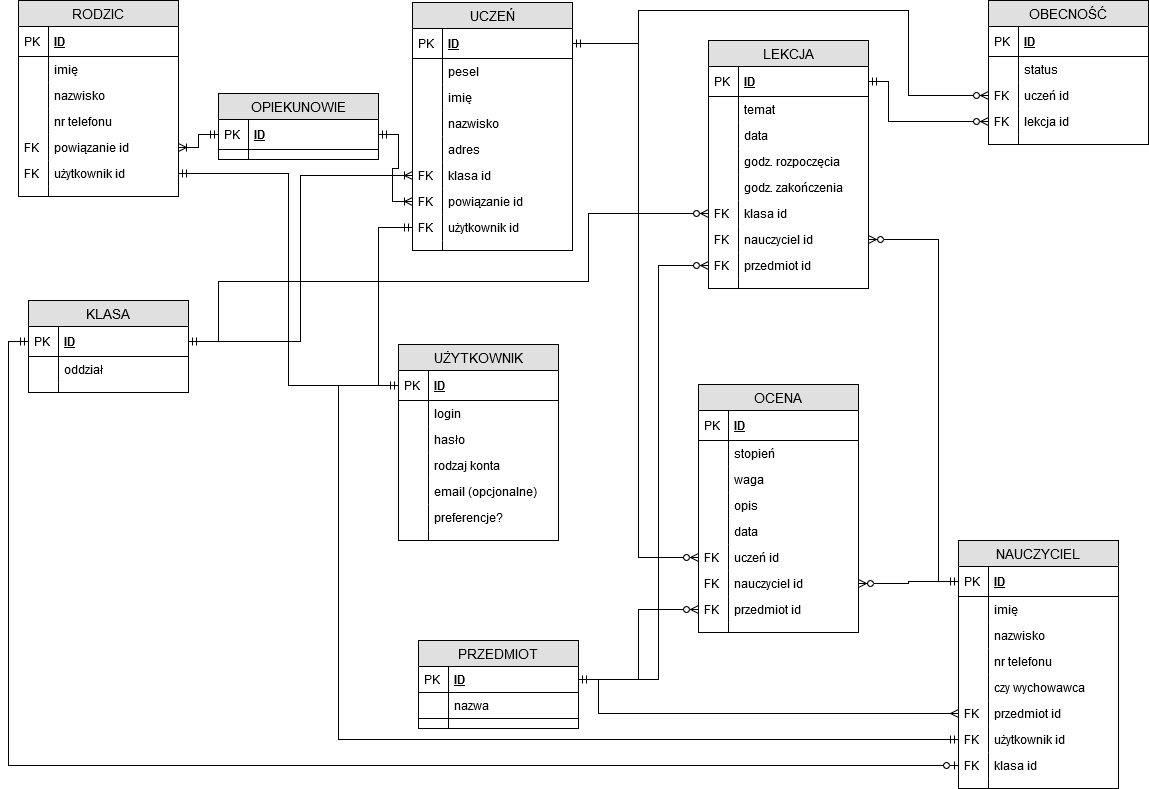
Earlier version of the draw.io export Modele/modele-Moidel Logiczny.png (maciekpajak/BAZY_DANYCH_PROJEKT). Source tidied: cells renumbered, new cells last; positions are measured from the earlier drawing's top-left corner, leaving out a move shared by most shapes.
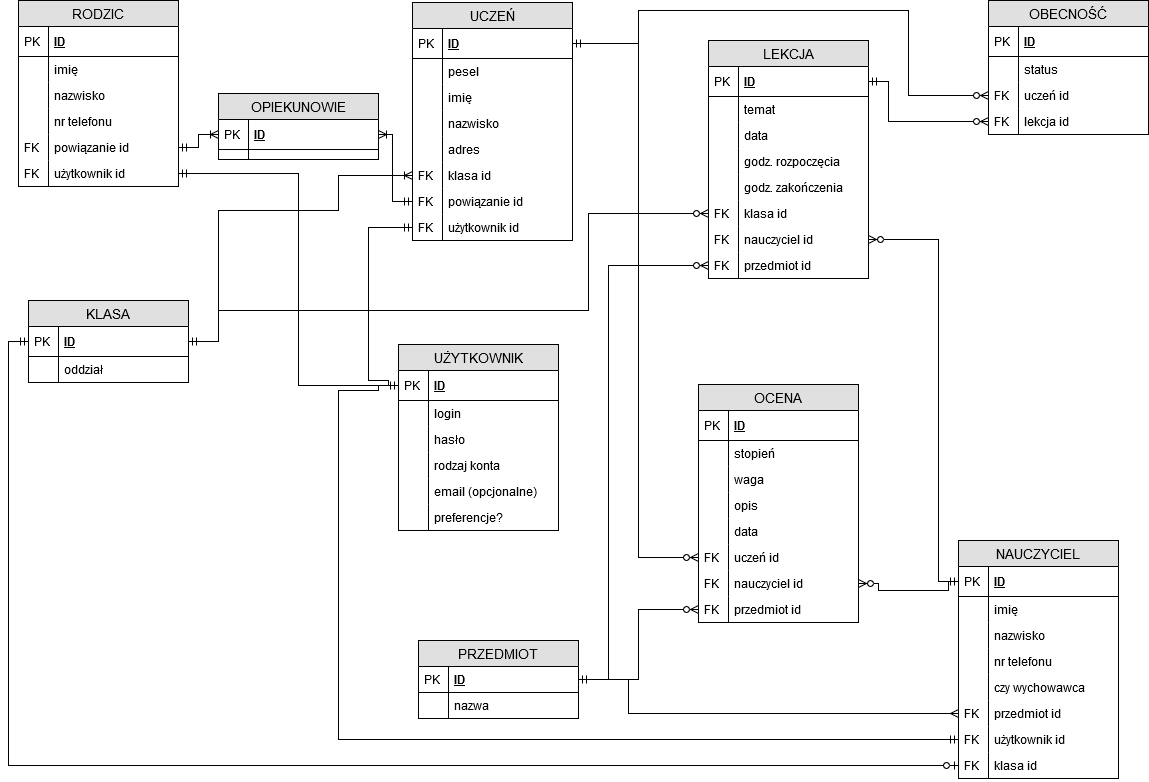
After the commit.

Commit message:
modele_poprawka_29

Diff of the diagram source:
```diff
@@ -3,7 +3,7 @@
     <mxCell id="0" />
     <mxCell id="1" parent="0" />
     <mxCell id="2" value="LEKCJA" style="swimlane;fontStyle=0;horizontal=1;startSize=26;fillColor=#e0e0e0;swimlaneFillColor=#ffffff;align=center;fontSize=14;rounded=0;" parent="1" vertex="1">
-      <mxGeometry x="690" y="40" width="160" height="248" as="geometry" />
+      <mxGeometry x="690" y="40" width="160" height="238" as="geometry" />
     </mxCell>
     <mxCell id="3" value="ID" style="shape=partialRectangle;top=0;left=0;right=0;bottom=1;align=left;verticalAlign=middle;fillColor=none;spacingLeft=34;spacingRight=4;overflow=hidden;points=[[0,0.5],[1,0.5]];portConstraint=eastwest;fontStyle=5;fontSize=12;" parent="2" vertex="1">
       <mxGeometry y="26" width="160" height="30" as="geometry" />
@@ -53,14 +53,8 @@
     <mxCell id="18" value="FK" style="shape=partialRectangle;top=0;left=0;bottom=0;fillColor=none;align=left;verticalAlign=top;spacingLeft=4;spacingRight=4;overflow=hidden;fontSize=12;" parent="17" vertex="1">
       <mxGeometry width="30" height="26" as="geometry" />
     </mxCell>
-    <mxCell id="19" style="shape=partialRectangle;top=0;left=0;right=0;bottom=0;align=left;verticalAlign=top;fillColor=none;spacingLeft=34;spacingRight=4;overflow=hidden;fontSize=12;" parent="2" vertex="1">
-      <mxGeometry y="238" width="160" height="10" as="geometry" />
-    </mxCell>
-    <mxCell id="20" style="shape=partialRectangle;top=0;left=0;bottom=0;fillColor=none;align=left;verticalAlign=top;spacingLeft=4;spacingRight=4;overflow=hidden;fontSize=12;" parent="19" vertex="1">
-      <mxGeometry width="30" height="10" as="geometry" />
-    </mxCell>
     <mxCell id="21" value="OBECNOŚĆ" style="swimlane;fontStyle=0;horizontal=1;startSize=26;fillColor=#e0e0e0;swimlaneFillColor=#ffffff;align=center;fontSize=14;rounded=0;" parent="1" vertex="1">
-      <mxGeometry x="970" width="160" height="144" as="geometry" />
+      <mxGeometry x="970" width="160" height="134" as="geometry" />
     </mxCell>
     <mxCell id="22" value="ID" style="shape=partialRectangle;top=0;left=0;right=0;bottom=1;align=left;verticalAlign=middle;fillColor=none;spacingLeft=34;spacingRight=4;overflow=hidden;fontStyle=5;fontSize=12;" parent="21" vertex="1">
       <mxGeometry y="26" width="160" height="30" as="geometry" />
@@ -86,12 +80,6 @@
     <mxCell id="29" value="FK" style="shape=partialRectangle;top=0;left=0;bottom=0;fillColor=none;align=left;verticalAlign=top;spacingLeft=4;spacingRight=4;overflow=hidden;fontSize=12;" parent="28" vertex="1">
       <mxGeometry width="30" height="26" as="geometry" />
     </mxCell>
-    <mxCell id="30" style="shape=partialRectangle;top=0;left=0;right=0;bottom=0;align=left;verticalAlign=top;fillColor=none;spacingLeft=34;spacingRight=4;overflow=hidden;fontSize=12;" parent="21" vertex="1">
-      <mxGeometry y="134" width="160" height="10" as="geometry" />
-    </mxCell>
-    <mxCell id="31" style="shape=partialRectangle;top=0;left=0;bottom=0;fillColor=none;align=left;verticalAlign=top;spacingLeft=4;spacingRight=4;overflow=hidden;fontSize=12;" parent="30" vertex="1">
-      <mxGeometry width="30" height="10" as="geometry" />
-    </mxCell>
     <mxCell id="32" style="edgeStyle=orthogonalEdgeStyle;jettySize=auto;html=1;exitX=0;exitY=0.5;exitDx=0;exitDy=0;entryX=1;entryY=0.5;entryDx=0;entryDy=0;startArrow=ERzeroToMany;startFill=1;endArrow=ERmandOne;endFill=0;rounded=0;" parent="1" edge="1" source="28" target="3">
       <mxGeometry relative="1" as="geometry">
         <Array as="points">
@@ -104,8 +92,8 @@
       <mxGeometry relative="1" as="geometry">
         <Array as="points">
           <mxPoint x="570" y="213" />
-          <mxPoint x="570" y="281" />
-          <mxPoint x="200" y="281" />
+          <mxPoint x="570" y="310" />
+          <mxPoint x="200" y="310" />
           <mxPoint x="200" y="341" />
         </Array>
       </mxGeometry>
@@ -126,7 +114,7 @@
         </Array>
       </mxGeometry>
     </mxCell>
-    <mxCell id="36" style="edgeStyle=orthogonalEdgeStyle;rounded=0;jettySize=auto;html=1;exitX=1;exitY=0.5;exitDx=0;exitDy=0;entryX=0;entryY=0.5;entryDx=0;entryDy=0;endArrow=ERmandOne;endFill=0;startArrow=ERoneToMany;startFill=0;" parent="1" edge="1" source="86" target="112">
+    <mxCell id="36" style="edgeStyle=orthogonalEdgeStyle;rounded=0;jettySize=auto;html=1;exitX=1;exitY=0.5;exitDx=0;exitDy=0;entryX=0;entryY=0.5;entryDx=0;entryDy=0;endArrow=ERoneToMany;endFill=0;startArrow=ERmandOne;startFill=0;" parent="1" edge="1" source="86" target="112">
       <mxGeometry relative="1" as="geometry" />
     </mxCell>
     <mxCell id="37" style="edgeStyle=orthogonalEdgeStyle;rounded=0;jettySize=auto;html=1;endArrow=ERmandOne;endFill=0;exitX=0;exitY=0.5;exitDx=0;exitDy=0;entryX=1;entryY=0.5;entryDx=0;entryDy=0;startArrow=ERzeroToMany;startFill=1;" parent="1" edge="1" source="26" target="93">
@@ -140,7 +128,7 @@
       </mxGeometry>
     </mxCell>
     <mxCell id="38" value="NAUCZYCIEL" style="swimlane;fontStyle=0;horizontal=1;startSize=26;fillColor=#e0e0e0;swimlaneFillColor=#ffffff;align=center;fontSize=14;rounded=0;" parent="1" vertex="1">
-      <mxGeometry x="940" y="540" width="160" height="248" as="geometry" />
+      <mxGeometry x="940" y="540" width="160" height="238" as="geometry" />
     </mxCell>
     <mxCell id="39" value="ID" style="shape=partialRectangle;top=0;left=0;right=0;bottom=1;align=left;verticalAlign=middle;fillColor=none;spacingLeft=34;spacingRight=4;overflow=hidden;points=[[0,0.5],[1,0.5]];portConstraint=eastwest;fontStyle=5;fontSize=12;" parent="38" vertex="1">
       <mxGeometry y="26" width="160" height="30" as="geometry" />
@@ -190,17 +178,18 @@
     <mxCell id="54" value="FK" style="shape=partialRectangle;top=0;left=0;bottom=0;fillColor=none;align=left;verticalAlign=top;spacingLeft=4;spacingRight=4;overflow=hidden;fontSize=12;" parent="53" vertex="1">
       <mxGeometry width="30" height="26" as="geometry" />
     </mxCell>
-    <mxCell id="55" style="shape=partialRectangle;top=0;left=0;right=0;bottom=0;align=left;verticalAlign=top;fillColor=none;spacingLeft=34;spacingRight=4;overflow=hidden;fontSize=12;" parent="38" vertex="1">
-      <mxGeometry y="238" width="160" height="10" as="geometry" />
-    </mxCell>
-    <mxCell id="56" style="shape=partialRectangle;top=0;left=0;bottom=0;fillColor=none;align=left;verticalAlign=top;spacingLeft=4;spacingRight=4;overflow=hidden;fontSize=12;" parent="55" vertex="1">
-      <mxGeometry width="30" height="10" as="geometry" />
-    </mxCell>
     <mxCell id="57" style="edgeStyle=orthogonalEdgeStyle;rounded=0;jettySize=auto;html=1;exitX=0;exitY=0.5;exitDx=0;exitDy=0;entryX=1;entryY=0.5;entryDx=0;entryDy=0;endArrow=ERzeroToMany;endFill=1;strokeWidth=1;startArrow=ERmandOne;startFill=0;" parent="1" edge="1" source="39" target="71">
-      <mxGeometry relative="1" as="geometry" />
+      <mxGeometry relative="1" as="geometry">
+        <Array as="points">
+          <mxPoint x="930" y="581" />
+          <mxPoint x="930" y="590" />
+          <mxPoint x="860" y="590" />
+          <mxPoint x="860" y="583" />
+        </Array>
+      </mxGeometry>
     </mxCell>
     <mxCell id="58" value="OCENA" style="swimlane;fontStyle=0;horizontal=1;startSize=26;fillColor=#e0e0e0;swimlaneFillColor=#ffffff;align=center;fontSize=14;rounded=0;" parent="1" vertex="1">
-      <mxGeometry x="680" y="384" width="160" height="248" as="geometry" />
+      <mxGeometry x="680" y="384" width="160" height="238" as="geometry" />
     </mxCell>
     <mxCell id="59" value="ID" style="shape=partialRectangle;top=0;left=0;right=0;bottom=1;align=left;verticalAlign=middle;fillColor=none;spacingLeft=34;spacingRight=4;overflow=hidden;fontStyle=5;fontSize=12;" parent="58" vertex="1">
       <mxGeometry y="26" width="160" height="30" as="geometry" />
@@ -250,14 +239,8 @@
     <mxCell id="74" value="FK" style="shape=partialRectangle;top=0;left=0;bottom=0;fillColor=none;align=left;verticalAlign=top;spacingLeft=4;spacingRight=4;overflow=hidden;fontSize=12;" parent="73" vertex="1">
       <mxGeometry width="30" height="26" as="geometry" />
     </mxCell>
-    <mxCell id="75" style="shape=partialRectangle;top=0;left=0;right=0;bottom=0;align=left;verticalAlign=top;fillColor=none;spacingLeft=34;spacingRight=4;overflow=hidden;fontSize=12;" parent="58" vertex="1">
-      <mxGeometry y="238" width="160" height="10" as="geometry" />
-    </mxCell>
-    <mxCell id="76" style="shape=partialRectangle;top=0;left=0;bottom=0;fillColor=none;align=left;verticalAlign=top;spacingLeft=4;spacingRight=4;overflow=hidden;fontSize=12;" parent="75" vertex="1">
-      <mxGeometry width="30" height="10" as="geometry" />
-    </mxCell>
     <mxCell id="77" value="RODZIC" style="swimlane;fontStyle=0;horizontal=1;startSize=26;fillColor=#e0e0e0;swimlaneFillColor=#ffffff;align=center;fontSize=14;" parent="1" vertex="1">
-      <mxGeometry width="160" height="196" as="geometry" />
+      <mxGeometry width="160" height="186" as="geometry" />
     </mxCell>
     <mxCell id="78" value="ID" style="shape=partialRectangle;top=0;left=0;right=0;bottom=1;align=left;verticalAlign=middle;fillColor=none;spacingLeft=34;spacingRight=4;overflow=hidden;fontStyle=5;fontSize=12;" parent="77" vertex="1">
       <mxGeometry y="26" width="160" height="30" as="geometry" />
@@ -295,14 +278,8 @@
     <mxCell id="89" value="FK" style="shape=partialRectangle;top=0;left=0;bottom=0;fillColor=none;align=left;verticalAlign=top;spacingLeft=4;spacingRight=4;overflow=hidden;fontSize=12;" parent="88" vertex="1">
       <mxGeometry width="30" height="26" as="geometry" />
     </mxCell>
-    <mxCell id="90" style="shape=partialRectangle;top=0;left=0;right=0;bottom=0;align=left;verticalAlign=top;fillColor=none;spacingLeft=34;spacingRight=4;overflow=hidden;fontSize=12;" parent="77" vertex="1">
-      <mxGeometry y="186" width="160" height="10" as="geometry" />
-    </mxCell>
-    <mxCell id="91" style="shape=partialRectangle;top=0;left=0;bottom=0;fillColor=none;align=left;verticalAlign=top;spacingLeft=4;spacingRight=4;overflow=hidden;fontSize=12;" parent="90" vertex="1">
-      <mxGeometry width="30" height="10" as="geometry" />
-    </mxCell>
     <mxCell id="92" value="UCZEŃ" style="swimlane;fontStyle=0;horizontal=1;startSize=26;fillColor=#e0e0e0;swimlaneFillColor=#ffffff;align=center;fontSize=14;rounded=0;" parent="1" vertex="1">
-      <mxGeometry x="394" y="2" width="160" height="248" as="geometry" />
+      <mxGeometry x="394" y="2" width="160" height="238" as="geometry" />
     </mxCell>
     <mxCell id="93" value="ID" style="shape=partialRectangle;top=0;left=0;right=0;bottom=1;align=left;verticalAlign=middle;fillColor=none;spacingLeft=34;spacingRight=4;overflow=hidden;points=[[0,0.5],[1,0.5]];portConstraint=eastwest;fontStyle=5;fontSize=12;" parent="92" vertex="1">
       <mxGeometry y="26" width="160" height="30" as="geometry" />
@@ -352,12 +329,6 @@
     <mxCell id="108" value="FK" style="shape=partialRectangle;top=0;left=0;bottom=0;fillColor=none;align=left;verticalAlign=top;spacingLeft=4;spacingRight=4;overflow=hidden;fontSize=12;" parent="107" vertex="1">
       <mxGeometry width="30" height="26" as="geometry" />
     </mxCell>
-    <mxCell id="109" style="shape=partialRectangle;top=0;left=0;right=0;bottom=0;align=left;verticalAlign=top;fillColor=none;spacingLeft=34;spacingRight=4;overflow=hidden;fontSize=12;" parent="92" vertex="1">
-      <mxGeometry y="238" width="160" height="10" as="geometry" />
-    </mxCell>
-    <mxCell id="110" style="shape=partialRectangle;top=0;left=0;bottom=0;fillColor=none;align=left;verticalAlign=top;spacingLeft=4;spacingRight=4;overflow=hidden;fontSize=12;" parent="109" vertex="1">
-      <mxGeometry width="30" height="10" as="geometry" />
-    </mxCell>
     <mxCell id="111" value="OPIEKUNOWIE" style="swimlane;fontStyle=0;horizontal=1;startSize=26;fillColor=#e0e0e0;swimlaneFillColor=#ffffff;align=center;fontSize=14;" parent="1" vertex="1">
       <mxGeometry x="200" y="93" width="160" height="66" as="geometry" />
     </mxCell>
@@ -374,7 +345,7 @@
       <mxGeometry width="30" height="10" as="geometry" />
     </mxCell>
     <mxCell id="116" value="KLASA" style="swimlane;fontStyle=0;horizontal=1;startSize=26;fillColor=#e0e0e0;swimlaneFillColor=#ffffff;align=center;fontSize=14;rounded=0;" parent="1" vertex="1">
-      <mxGeometry x="10" y="300" width="160" height="92" as="geometry" />
+      <mxGeometry x="10" y="300" width="160" height="82" as="geometry" />
     </mxCell>
     <mxCell id="117" value="ID" style="shape=partialRectangle;top=0;left=0;right=0;bottom=1;align=left;verticalAlign=middle;fillColor=none;spacingLeft=34;spacingRight=4;overflow=hidden;points=[[0,0.5],[1,0.5]];portConstraint=eastwest;fontStyle=5;fontSize=12;" parent="116" vertex="1">
       <mxGeometry y="26" width="160" height="30" as="geometry" />
@@ -388,28 +359,36 @@
     <mxCell id="120" style="shape=partialRectangle;top=0;left=0;bottom=0;fillColor=none;align=left;verticalAlign=top;spacingLeft=4;spacingRight=4;overflow=hidden;fontSize=12;" parent="119" vertex="1">
       <mxGeometry width="30" height="26" as="geometry" />
     </mxCell>
-    <mxCell id="121" style="shape=partialRectangle;top=0;left=0;right=0;bottom=0;align=left;verticalAlign=top;fillColor=none;spacingLeft=34;spacingRight=4;overflow=hidden;fontSize=12;" parent="116" vertex="1">
-      <mxGeometry y="82" width="160" height="10" as="geometry" />
-    </mxCell>
-    <mxCell id="122" style="shape=partialRectangle;top=0;left=0;bottom=0;fillColor=none;align=left;verticalAlign=top;spacingLeft=4;spacingRight=4;overflow=hidden;fontSize=12;" parent="121" vertex="1">
-      <mxGeometry width="30" height="10" as="geometry" />
-    </mxCell>
     <mxCell id="123" style="edgeStyle=orthogonalEdgeStyle;rounded=0;jettySize=auto;html=1;exitX=1;exitY=0.5;exitDx=0;exitDy=0;entryX=0;entryY=0.5;entryDx=0;entryDy=0;endArrow=none;endFill=0;strokeWidth=1;startArrow=ERmandOne;startFill=0;" parent="1" edge="1" source="88" target="127">
-      <mxGeometry relative="1" as="geometry" />
+      <mxGeometry relative="1" as="geometry">
+        <Array as="points">
+          <mxPoint x="280" y="173" />
+          <mxPoint x="280" y="385" />
+        </Array>
+      </mxGeometry>
     </mxCell>
     <mxCell id="124" style="edgeStyle=orthogonalEdgeStyle;rounded=0;jettySize=auto;html=1;exitX=0;exitY=0.5;exitDx=0;exitDy=0;endArrow=none;endFill=0;strokeWidth=1;entryX=0;entryY=0.5;entryDx=0;entryDy=0;startArrow=ERmandOne;startFill=0;" parent="1" edge="1" source="107" target="127">
-      <mxGeometry relative="1" as="geometry" />
+      <mxGeometry relative="1" as="geometry">
+        <Array as="points">
+          <mxPoint x="350" y="227" />
+          <mxPoint x="350" y="380" />
+          <mxPoint x="370" y="380" />
+          <mxPoint x="370" y="385" />
+        </Array>
+      </mxGeometry>
     </mxCell>
     <mxCell id="125" style="edgeStyle=orthogonalEdgeStyle;rounded=0;jettySize=auto;html=1;exitX=0;exitY=0.5;exitDx=0;exitDy=0;entryX=0;entryY=0.5;entryDx=0;entryDy=0;endArrow=ERmandOne;endFill=0;strokeWidth=1;startArrow=ERmandOne;startFill=0;" parent="1" edge="1" source="51" target="127">
       <mxGeometry relative="1" as="geometry">
         <Array as="points">
           <mxPoint x="320" y="739" />
-          <mxPoint x="320" y="385" />
+          <mxPoint x="320" y="390" />
+          <mxPoint x="360" y="390" />
+          <mxPoint x="360" y="385" />
         </Array>
       </mxGeometry>
     </mxCell>
     <mxCell id="126" value="UŻYTKOWNIK" style="swimlane;fontStyle=0;horizontal=1;startSize=26;fillColor=#e0e0e0;swimlaneFillColor=#ffffff;align=center;fontSize=14;" parent="1" vertex="1">
-      <mxGeometry x="380" y="344" width="160" height="196" as="geometry" />
+      <mxGeometry x="380" y="344" width="160" height="186" as="geometry" />
     </mxCell>
     <mxCell id="127" value="ID" style="shape=partialRectangle;top=0;left=0;right=0;bottom=1;align=left;verticalAlign=middle;fillColor=none;spacingLeft=34;spacingRight=4;overflow=hidden;points=[[0,0.5],[1,0.5]];portConstraint=eastwest;fontStyle=5;fontSize=12;" parent="126" vertex="1">
       <mxGeometry y="26" width="160" height="30" as="geometry" />
@@ -447,17 +426,11 @@
     <mxCell id="138" style="shape=partialRectangle;top=0;left=0;bottom=0;fillColor=none;align=left;verticalAlign=top;spacingLeft=4;spacingRight=4;overflow=hidden;fontSize=12;" parent="137" vertex="1">
       <mxGeometry width="30" height="26" as="geometry" />
     </mxCell>
-    <mxCell id="139" style="shape=partialRectangle;top=0;left=0;right=0;bottom=0;align=left;verticalAlign=top;fillColor=none;spacingLeft=34;spacingRight=4;overflow=hidden;fontSize=12;" parent="126" vertex="1">
-      <mxGeometry y="186" width="160" height="10" as="geometry" />
-    </mxCell>
-    <mxCell id="140" style="shape=partialRectangle;top=0;left=0;bottom=0;fillColor=none;align=left;verticalAlign=top;spacingLeft=4;spacingRight=4;overflow=hidden;fontSize=12;" parent="139" vertex="1">
-      <mxGeometry width="30" height="10" as="geometry" />
-    </mxCell>
     <mxCell id="141" style="edgeStyle=orthogonalEdgeStyle;rounded=0;jettySize=auto;html=1;exitX=0;exitY=0.5;exitDx=0;exitDy=0;entryX=0;entryY=0.5;entryDx=0;entryDy=0;endArrow=ERmandOne;endFill=0;strokeWidth=1;startArrow=ERzeroToOne;startFill=1;" parent="1" edge="1" source="53" target="117">
       <mxGeometry relative="1" as="geometry" />
     </mxCell>
     <mxCell id="142" value="PRZEDMIOT" style="swimlane;fontStyle=0;horizontal=1;startSize=26;fillColor=#e0e0e0;swimlaneFillColor=#ffffff;align=center;fontSize=14;rounded=0;" parent="1" vertex="1">
-      <mxGeometry x="400" y="640" width="160" height="88" as="geometry" />
+      <mxGeometry x="400" y="640" width="160" height="78" as="geometry" />
     </mxCell>
     <mxCell id="143" value="ID" style="shape=partialRectangle;top=0;left=0;right=0;bottom=1;align=left;verticalAlign=top;fillColor=none;spacingLeft=34;spacingRight=4;overflow=hidden;points=[[0,0.5],[1,0.5]];portConstraint=eastwest;fontSize=12;fontStyle=5;" parent="142" vertex="1">
       <mxGeometry y="26" width="160" height="26" as="geometry" />
@@ -471,17 +444,11 @@
     <mxCell id="146" style="shape=partialRectangle;top=0;left=0;bottom=0;fillColor=none;align=left;verticalAlign=top;spacingLeft=4;spacingRight=4;overflow=hidden;fontSize=12;" parent="145" vertex="1">
       <mxGeometry width="30" height="26" as="geometry" />
     </mxCell>
-    <mxCell id="147" style="shape=partialRectangle;top=0;left=0;right=0;bottom=0;align=left;verticalAlign=top;fillColor=none;spacingLeft=34;spacingRight=4;overflow=hidden;fontSize=12;" parent="142" vertex="1">
-      <mxGeometry y="78" width="160" height="10" as="geometry" />
-    </mxCell>
-    <mxCell id="148" style="shape=partialRectangle;top=0;left=0;bottom=0;fillColor=none;align=left;verticalAlign=top;spacingLeft=4;spacingRight=4;overflow=hidden;fontSize=12;" parent="147" vertex="1">
-      <mxGeometry width="30" height="10" as="geometry" />
-    </mxCell>
     <mxCell id="149" style="edgeStyle=orthogonalEdgeStyle;rounded=0;jettySize=auto;html=1;exitX=0;exitY=0.5;exitDx=0;exitDy=0;entryX=1;entryY=0.5;entryDx=0;entryDy=0;endArrow=ERmandOne;endFill=0;strokeWidth=1;startArrow=ERzeroToMany;startFill=1;" parent="1" edge="1" source="17" target="143">
       <mxGeometry relative="1" as="geometry">
         <Array as="points">
-          <mxPoint x="640" y="265" />
-          <mxPoint x="640" y="679" />
+          <mxPoint x="590" y="265" />
+          <mxPoint x="590" y="679" />
         </Array>
       </mxGeometry>
     </mxCell>
@@ -491,16 +458,28 @@
     <mxCell id="151" style="edgeStyle=orthogonalEdgeStyle;rounded=0;jettySize=auto;html=1;exitX=0;exitY=0.5;exitDx=0;exitDy=0;entryX=1;entryY=0.5;entryDx=0;entryDy=0;endArrow=none;endFill=0;strokeWidth=1;startArrow=ERmany;startFill=0;" parent="1" edge="1" source="49" target="143">
       <mxGeometry relative="1" as="geometry">
         <Array as="points">
-          <mxPoint x="580" y="713" />
-          <mxPoint x="580" y="679" />
+          <mxPoint x="610" y="713" />
+          <mxPoint x="610" y="679" />
         </Array>
       </mxGeometry>
     </mxCell>
-    <mxCell id="152" style="edgeStyle=orthogonalEdgeStyle;rounded=0;jettySize=auto;html=1;exitX=0;exitY=0.5;exitDx=0;exitDy=0;entryX=1;entryY=0.5;entryDx=0;entryDy=0;startArrow=ERoneToMany;startFill=0;endArrow=ERmandOne;endFill=0;fontSize=12;" parent="1" edge="1" source="105" target="112">
-      <mxGeometry relative="1" as="geometry" />
+    <mxCell id="152" style="edgeStyle=orthogonalEdgeStyle;rounded=0;jettySize=auto;html=1;exitX=0;exitY=0.5;exitDx=0;exitDy=0;entryX=1;entryY=0.5;entryDx=0;entryDy=0;startArrow=ERmandOne;startFill=0;endArrow=ERoneToMany;endFill=0;fontSize=12;" parent="1" edge="1" source="105" target="112">
+      <mxGeometry relative="1" as="geometry">
+        <Array as="points">
+          <mxPoint x="374" y="201" />
+          <mxPoint x="374" y="134" />
+        </Array>
+      </mxGeometry>
     </mxCell>
     <mxCell id="153" style="edgeStyle=orthogonalEdgeStyle;rounded=0;jettySize=auto;html=1;exitX=0;exitY=0.5;exitDx=0;exitDy=0;entryX=1;entryY=0.5;entryDx=0;entryDy=0;startArrow=ERoneToMany;startFill=0;endArrow=ERmandOne;endFill=0;fontSize=12;" parent="1" edge="1" source="103" target="117">
-      <mxGeometry relative="1" as="geometry" />
+      <mxGeometry relative="1" as="geometry">
+        <Array as="points">
+          <mxPoint x="320" y="175" />
+          <mxPoint x="320" y="210" />
+          <mxPoint x="200" y="210" />
+          <mxPoint x="200" y="341" />
+        </Array>
+      </mxGeometry>
     </mxCell>
   </root>
 </mxGraphModel>
```
